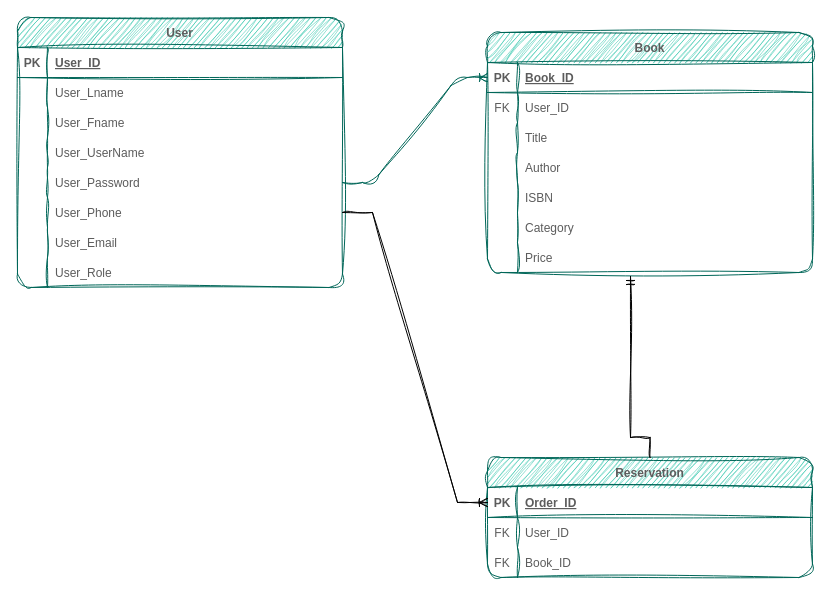
The draw.io diagram LMS-ERD.drawio in MalekGhazal/LMS-Project, before the edit. Source tidied: cells renumbered, new cells numbered last; positions are measured from the earlier drawing's top-left corner, leaving out a move shared by most shapes. Both pictures are drawn from the tidied source at 100%, with x=0, y=0 at pixel (17, 17).
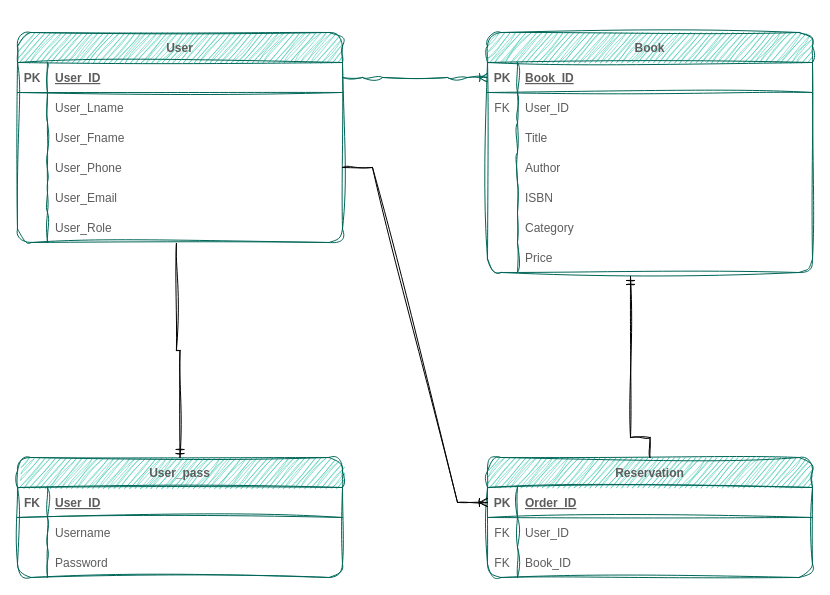
The same diagram, later.

The change refers to these unchanged cells:
```xml
<mxCell id="3" style="shape=partialRectangle;fillColor=none;points=[[0,0.5],[1,0.5]];portConstraint=eastwest;top=0;left=0;right=0;bottom=1;rounded=1;sketch=1;curveFitting=1;jiggle=2;labelBackgroundColor=none;strokeColor=#006658;fontColor=#5C5C5C;" parent="2" vertex="1">
  <mxGeometry y="30" width="325" height="30" as="geometry" />
</mxCell>
<mxCell id="28" style="shape=partialRectangle;fillColor=none;points=[[0,0.5],[1,0.5]];portConstraint=eastwest;top=0;left=0;right=0;bottom=1;rounded=1;sketch=1;curveFitting=1;jiggle=2;labelBackgroundColor=none;strokeColor=#006658;fontColor=#5C5C5C;" parent="27" vertex="1">
  <mxGeometry y="30" width="325" height="30" as="geometry" />
</mxCell>
```

The edit, as a diff of the source:
```diff
@@
     <mxCell id="2" value="User" style="shape=table;startSize=30;childLayout=tableLayout;rowLines=0;fontStyle=1;align=center;rounded=1;sketch=1;curveFitting=1;jiggle=2;labelBackgroundColor=none;fillColor=#21C0A5;strokeColor=#006658;fontColor=#5C5C5C;" parent="1" vertex="1">
-      <mxGeometry width="325" height="270" as="geometry" />
+      <mxGeometry y="15" width="325" height="210" as="geometry" />
     </mxCell>
@@
-    <mxCell id="12" style="shape=partialRectangle;fillColor=none;top=0;left=0;right=0;bottom=0;rounded=1;sketch=1;curveFitting=1;jiggle=2;labelBackgroundColor=none;strokeColor=#006658;fontColor=#5C5C5C;" parent="2" vertex="1">
-      <mxGeometry y="120" width="325" height="30" as="geometry" />
-    </mxCell>
-    <mxCell id="13" style="shape=partialRectangle;overflow=hidden;fillColor=none;top=0;left=0;bottom=0;right=0;rounded=1;sketch=1;curveFitting=1;jiggle=2;labelBackgroundColor=none;strokeColor=#006658;fontColor=#5C5C5C;" parent="12" vertex="1">
-      <mxGeometry width="30" height="30" as="geometry" />
-    </mxCell>
-    <mxCell id="14" value="User_UserName" style="shape=partialRectangle;overflow=hidden;fillColor=none;top=0;left=0;bottom=0;right=0;align=left;spacingLeft=6;rounded=1;sketch=1;curveFitting=1;jiggle=2;labelBackgroundColor=none;strokeColor=#006658;fontColor=#5C5C5C;" parent="12" vertex="1">
-      <mxGeometry x="30" width="295" height="30" as="geometry" />
-    </mxCell>
-    <mxCell id="15" style="shape=partialRectangle;fillColor=none;points=[[0,0.5],[1,0.5]];portConstraint=eastwest;top=0;left=0;right=0;bottom=0;rounded=1;sketch=1;curveFitting=1;jiggle=2;labelBackgroundColor=none;strokeColor=#006658;fontColor=#5C5C5C;" parent="2" vertex="1">
-      <mxGeometry y="150" width="325" height="30" as="geometry" />
-    </mxCell>
-    <mxCell id="16" style="shape=partialRectangle;overflow=hidden;fillColor=none;top=0;left=0;bottom=0;right=0;rounded=1;sketch=1;curveFitting=1;jiggle=2;labelBackgroundColor=none;strokeColor=#006658;fontColor=#5C5C5C;" parent="15" vertex="1">
-      <mxGeometry width="30" height="30" as="geometry" />
-    </mxCell>
-    <mxCell id="17" value="User_Password" style="shape=partialRectangle;overflow=hidden;fillColor=none;top=0;left=0;bottom=0;right=0;align=left;spacingLeft=6;rounded=1;sketch=1;curveFitting=1;jiggle=2;labelBackgroundColor=none;strokeColor=#006658;fontColor=#5C5C5C;" parent="15" vertex="1">
-      <mxGeometry x="30" width="295" height="30" as="geometry" />
-    </mxCell>
     <mxCell id="18" style="shape=partialRectangle;fillColor=none;points=[[0,0.5],[1,0.5]];portConstraint=eastwest;top=0;left=0;right=0;bottom=0;rounded=1;sketch=1;curveFitting=1;jiggle=2;labelBackgroundColor=none;strokeColor=#006658;fontColor=#5C5C5C;" parent="2" vertex="1">
-      <mxGeometry y="180" width="325" height="30" as="geometry" />
+      <mxGeometry y="120" width="325" height="30" as="geometry" />
     </mxCell>
@@
     <mxCell id="21" style="shape=partialRectangle;fillColor=none;top=0;left=0;right=0;bottom=0;rounded=1;sketch=1;curveFitting=1;jiggle=2;labelBackgroundColor=none;strokeColor=#006658;fontColor=#5C5C5C;" parent="2" vertex="1">
-      <mxGeometry y="210" width="325" height="30" as="geometry" />
+      <mxGeometry y="150" width="325" height="30" as="geometry" />
     </mxCell>
@@
     <mxCell id="24" style="shape=partialRectangle;fillColor=none;points=[[0,0.5],[1,0.5]];portConstraint=eastwest;top=0;left=0;right=0;bottom=0;rounded=1;sketch=1;curveFitting=1;jiggle=2;labelBackgroundColor=none;strokeColor=#006658;fontColor=#5C5C5C;" parent="2" vertex="1">
-      <mxGeometry y="240" width="325" height="30" as="geometry" />
+      <mxGeometry y="180" width="325" height="30" as="geometry" />
     </mxCell>
@@
-    <mxCell id="49" style="edgeStyle=entityRelationEdgeStyle;fontSize=12;html=1;endArrow=ERoneToMany;rounded=1;exitX=1;exitY=0.5;exitDx=0;exitDy=0;entryX=0;entryY=0.5;entryDx=0;entryDy=0;sketch=1;curveFitting=1;jiggle=2;labelBackgroundColor=none;strokeColor=#006658;fontColor=default;" parent="1" edge="1" source="15" target="28">
+    <mxCell id="49" style="edgeStyle=entityRelationEdgeStyle;fontSize=12;html=1;endArrow=ERoneToMany;rounded=1;exitX=1;exitY=0.5;exitDx=0;exitDy=0;entryX=0;entryY=0.5;entryDx=0;entryDy=0;sketch=1;curveFitting=1;jiggle=2;labelBackgroundColor=none;strokeColor=#006658;fontColor=default;" parent="1" edge="1" source="3" target="28">
       <mxGeometry relative="1" as="geometry" />
     </mxCell>
@@
+    <mxCell id="62" value="User_pass" style="shape=table;startSize=30;childLayout=tableLayout;rowLines=0;fontStyle=1;align=center;rounded=1;sketch=1;curveFitting=1;jiggle=2;labelBackgroundColor=none;fillColor=#21C0A5;strokeColor=#006658;fontColor=#5C5C5C;" parent="1" vertex="1">
+      <mxGeometry y="440" width="325" height="120" as="geometry" />
+    </mxCell>
+    <mxCell id="63" style="shape=partialRectangle;fillColor=none;top=0;left=0;right=0;bottom=1;rounded=1;sketch=1;curveFitting=1;jiggle=2;labelBackgroundColor=none;strokeColor=#006658;fontColor=#5C5C5C;" parent="62" vertex="1">
+      <mxGeometry y="30" width="325" height="30" as="geometry" />
+    </mxCell>
+    <mxCell id="64" value="FK" style="shape=partialRectangle;overflow=hidden;fillColor=none;top=0;left=0;bottom=0;right=0;fontStyle=1;rounded=1;sketch=1;curveFitting=1;jiggle=2;labelBackgroundColor=none;strokeColor=#006658;fontColor=#5C5C5C;" parent="63" vertex="1">
+      <mxGeometry width="30" height="30" as="geometry" />
+    </mxCell>
+    <mxCell id="65" value="User_ID" style="shape=partialRectangle;overflow=hidden;fillColor=none;top=0;left=0;bottom=0;right=0;align=left;spacingLeft=6;fontStyle=5;rounded=1;sketch=1;curveFitting=1;jiggle=2;labelBackgroundColor=none;strokeColor=#006658;fontColor=#5C5C5C;" parent="63" vertex="1">
+      <mxGeometry x="30" width="295" height="30" as="geometry" />
+    </mxCell>
+    <mxCell id="66" style="shape=partialRectangle;fillColor=none;top=0;left=0;right=0;bottom=0;rounded=1;sketch=1;curveFitting=1;jiggle=2;labelBackgroundColor=none;strokeColor=#006658;fontColor=#5C5C5C;" parent="62" vertex="1">
+      <mxGeometry y="60" width="325" height="30" as="geometry" />
+    </mxCell>
+    <mxCell id="67" style="shape=partialRectangle;overflow=hidden;fillColor=none;top=0;left=0;bottom=0;right=0;rounded=1;sketch=1;curveFitting=1;jiggle=2;labelBackgroundColor=none;strokeColor=#006658;fontColor=#5C5C5C;" parent="66" vertex="1">
+      <mxGeometry width="30" height="30" as="geometry" />
+    </mxCell>
+    <mxCell id="68" value="Username" style="shape=partialRectangle;overflow=hidden;fillColor=none;top=0;left=0;bottom=0;right=0;align=left;spacingLeft=6;rounded=1;sketch=1;curveFitting=1;jiggle=2;labelBackgroundColor=none;strokeColor=#006658;fontColor=#5C5C5C;" parent="66" vertex="1">
+      <mxGeometry x="30" width="295" height="30" as="geometry" />
+    </mxCell>
+    <mxCell id="69" style="shape=partialRectangle;fillColor=none;top=0;left=0;right=0;bottom=0;rounded=1;sketch=1;curveFitting=1;jiggle=2;labelBackgroundColor=none;strokeColor=#006658;fontColor=#5C5C5C;" parent="62" vertex="1">
+      <mxGeometry y="90" width="325" height="30" as="geometry" />
+    </mxCell>
+    <mxCell id="70" style="shape=partialRectangle;overflow=hidden;fillColor=none;top=0;left=0;bottom=0;right=0;rounded=1;sketch=1;curveFitting=1;jiggle=2;labelBackgroundColor=none;strokeColor=#006658;fontColor=#5C5C5C;" parent="69" vertex="1">
+      <mxGeometry width="30" height="30" as="geometry" />
+    </mxCell>
+    <mxCell id="71" value="Password" style="shape=partialRectangle;overflow=hidden;fillColor=none;top=0;left=0;bottom=0;right=0;align=left;spacingLeft=6;rounded=1;sketch=1;curveFitting=1;jiggle=2;labelBackgroundColor=none;strokeColor=#006658;fontColor=#5C5C5C;" parent="69" vertex="1">
+      <mxGeometry x="30" width="295" height="30" as="geometry" />
+    </mxCell>
+    <mxCell id="72" style="edgeStyle=elbowEdgeStyle;fontSize=12;html=1;endArrow=ERmandOne;rounded=0;sketch=1;hachureGap=4;jiggle=2;curveFitting=1;fontFamily=Architects Daughter;elbow=vertical;exitX=0.489;exitY=1.033;exitDx=0;exitDy=0;exitPerimeter=0;entryX=0.5;entryY=0;entryDx=0;entryDy=0;" parent="1" edge="1" source="24" target="62">
+      <mxGeometry relative="1" as="geometry" />
+    </mxCell>
```
